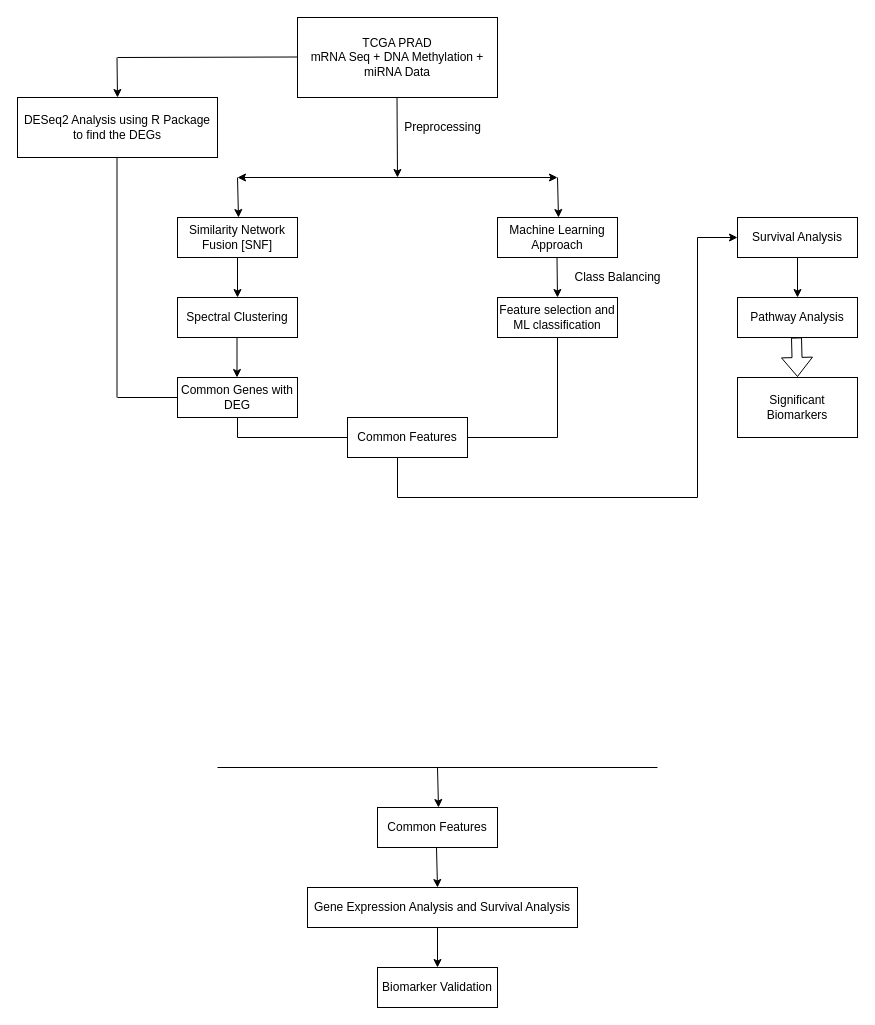
The draw.io diagram Methodology.drawio in SanandhKumar02/MiniProject_ProstateCancer, before the edit. Source tidied: cells renumbered, new cells numbered last; positions are measured from the earlier drawing's top-left corner, leaving out a move shared by most shapes. Both pictures are drawn from the tidied source at 100%, with x=0, y=0 at pixel (17, 17).
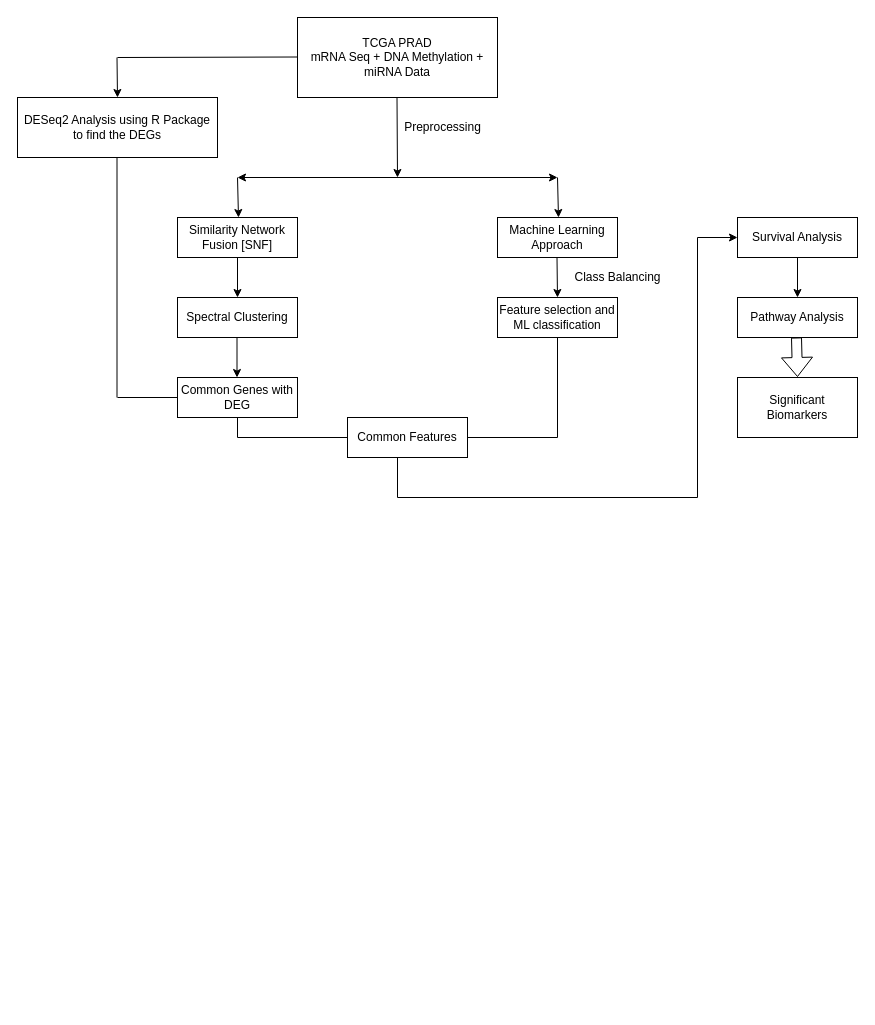
The same diagram, later.

Change to the diagram source:
```diff
@@
-    <mxCell id="15" style="endArrow=none;html=1;rounded=0;" parent="1" edge="1">
-      <mxGeometry relative="1" as="geometry">
-        <mxPoint x="200" y="750" as="sourcePoint" />
-        <mxPoint x="640" y="750" as="targetPoint" />
-      </mxGeometry>
-    </mxCell>
-    <mxCell id="16" style="endArrow=classic;html=1;rounded=0;" parent="1" edge="1">
-      <mxGeometry relative="1" as="geometry">
-        <mxPoint x="420" y="750" as="sourcePoint" />
-        <mxPoint x="421" y="790" as="targetPoint" />
-      </mxGeometry>
-    </mxCell>
-    <mxCell id="17" value="Common Features" style="rounded=0;whiteSpace=wrap;html=1;" parent="1" vertex="1">
-      <mxGeometry x="360" y="790" width="120" height="40" as="geometry" />
-    </mxCell>
-    <mxCell id="18" style="endArrow=classic;html=1;rounded=0;" parent="1" edge="1">
-      <mxGeometry relative="1" as="geometry">
-        <mxPoint x="419" y="830" as="sourcePoint" />
-        <mxPoint x="420" y="870" as="targetPoint" />
-      </mxGeometry>
-    </mxCell>
-    <mxCell id="19" value="Gene Expression Analysis and Survival Analysis" style="rounded=0;whiteSpace=wrap;html=1;" parent="1" vertex="1">
-      <mxGeometry x="290" y="870" width="270" height="40" as="geometry" />
-    </mxCell>
-    <mxCell id="20" style="endArrow=classic;html=1;rounded=0;" parent="1" edge="1">
-      <mxGeometry relative="1" as="geometry">
-        <mxPoint x="420" y="910" as="sourcePoint" />
-        <mxPoint x="420" y="950" as="targetPoint" />
-      </mxGeometry>
-    </mxCell>
-    <mxCell id="21" value="Biomarker Validation" style="rounded=0;whiteSpace=wrap;html=1;" parent="1" vertex="1">
-      <mxGeometry x="360" y="950" width="120" height="40" as="geometry" />
-    </mxCell>
```
